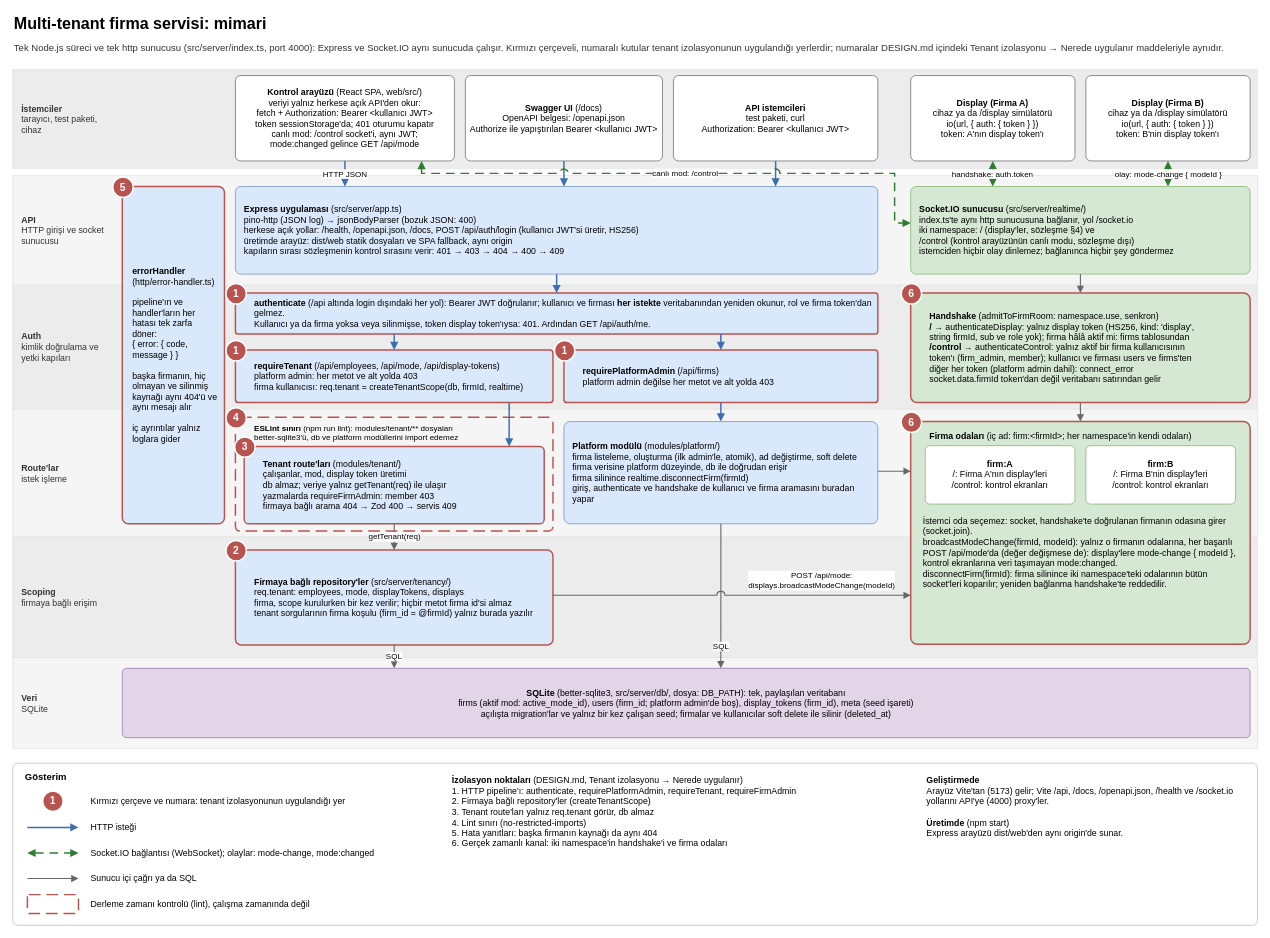
Before: docs/architecture.drawio in Mahiryoldasg/multi-tenant-firm-service-public, a draw.io diagram. Source tidied: cells renumbered, new cells numbered last; positions are measured from the earlier drawing's top-left corner, leaving out a move shared by most shapes. Both pictures are drawn from the tidied source at 73%, with x=0, y=0 at pixel (12, 12).
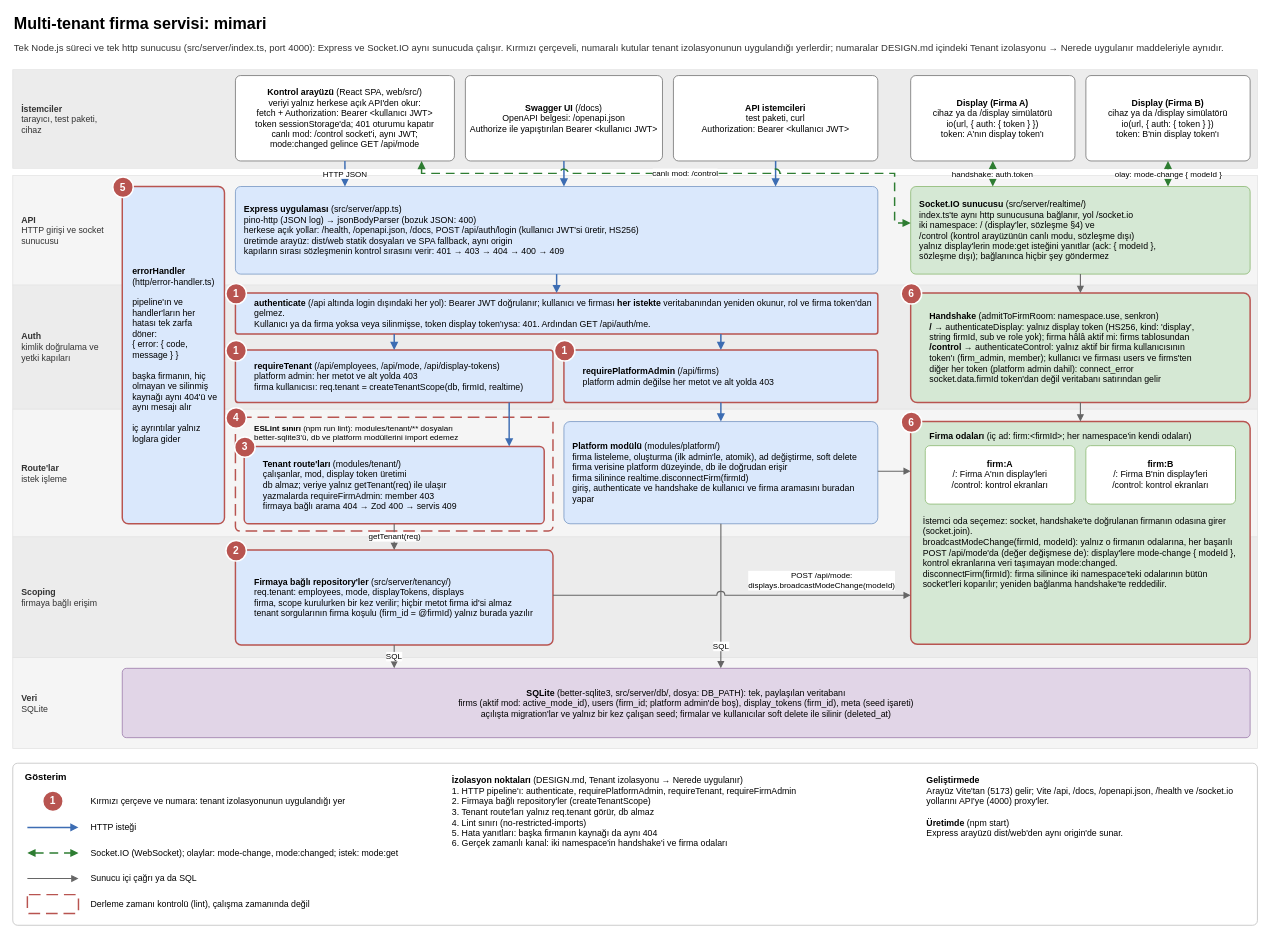
Above is the later version.

Commit message (it also covers changes not shown here):
docs(architecture): add mode:get to the diagram and its PNG

Change to the diagram source:
```diff
@@
-    <mxCell id="22" value="&lt;b&gt;Socket.IO sunucusu&lt;/b&gt; (src/server/realtime/)&lt;br&gt;index.ts'te aynı http sunucusuna bağlanır, yol /socket.io&lt;br&gt;iki namespace: / (display'ler, sözleşme §4) ve&lt;br&gt;/control (kontrol arayüzünün canlı modu, sözleşme dışı)&lt;br&gt;istemciden hiçbir olay dinlemez; bağlanınca hiçbir şey göndermez" style="rounded=1;arcSize=6;whiteSpace=wrap;html=1;fillColor=#D5E8D4;strokeColor=#82B366;fontSize=12;align=left;verticalAlign=middle;spacingLeft=10;spacingRight=8;" parent="1" vertex="1">
+    <mxCell id="22" value="&lt;b&gt;Socket.IO sunucusu&lt;/b&gt; (src/server/realtime/)&lt;br&gt;index.ts'te aynı http sunucusuna bağlanır, yol /socket.io&lt;br&gt;iki namespace: / (display'ler, sözleşme §4) ve&lt;br&gt;/control (kontrol arayüzünün canlı modu, sözleşme dışı)&lt;br&gt;yalnız display'lerin mode:get isteğini yanıtlar (ack: { modeId },&lt;br&gt;sözleşme dışı); bağlanınca hiçbir şey göndermez" style="rounded=1;arcSize=6;whiteSpace=wrap;html=1;fillColor=#D5E8D4;strokeColor=#82B366;fontSize=12;align=left;verticalAlign=middle;spacingLeft=10;spacingRight=8;" parent="1" vertex="1">
       <mxGeometry x="1230" y="238" width="465" height="120" as="geometry" />
     </mxCell>
@@
-    <mxCell id="71" value="Socket.IO bağlantısı (WebSocket); olaylar: mode-change, mode:changed" style="text;html=1;align=left;verticalAlign=middle;whiteSpace=wrap;fontSize=12;" parent="1" vertex="1">
+    <mxCell id="71" value="Socket.IO (WebSocket); olaylar: mode-change, mode:changed; istek: mode:get" style="text;html=1;align=left;verticalAlign=middle;whiteSpace=wrap;fontSize=12;" parent="1" vertex="1">
       <mxGeometry x="105" y="1141" width="470" height="20" as="geometry" />
     </mxCell>
```
